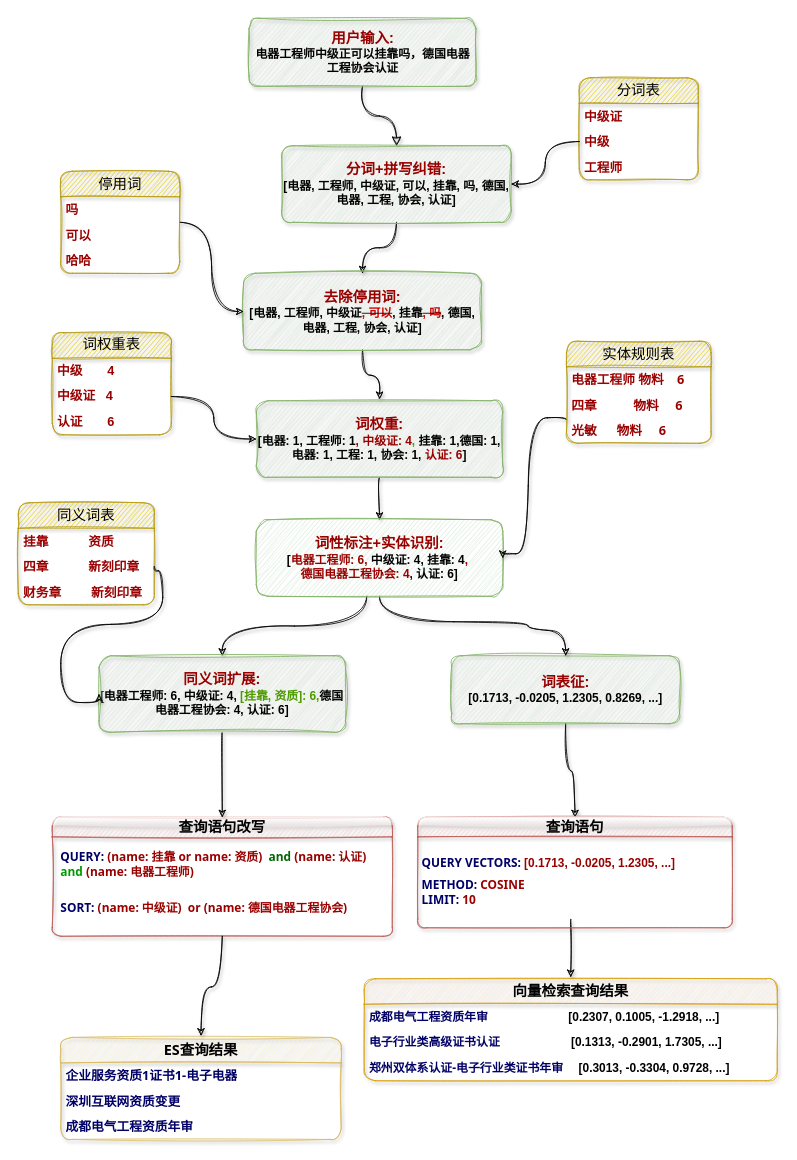
The draw.io diagram 未命名绘图.drawio in xuhaowork/myStudio, before the edit. Source tidied: cells renumbered, new cells numbered last; positions are measured from the earlier drawing's top-left corner, leaving out a move shared by most shapes. Both pictures are drawn from the tidied source at 85%, with x=0, y=0 at pixel (18, 18).
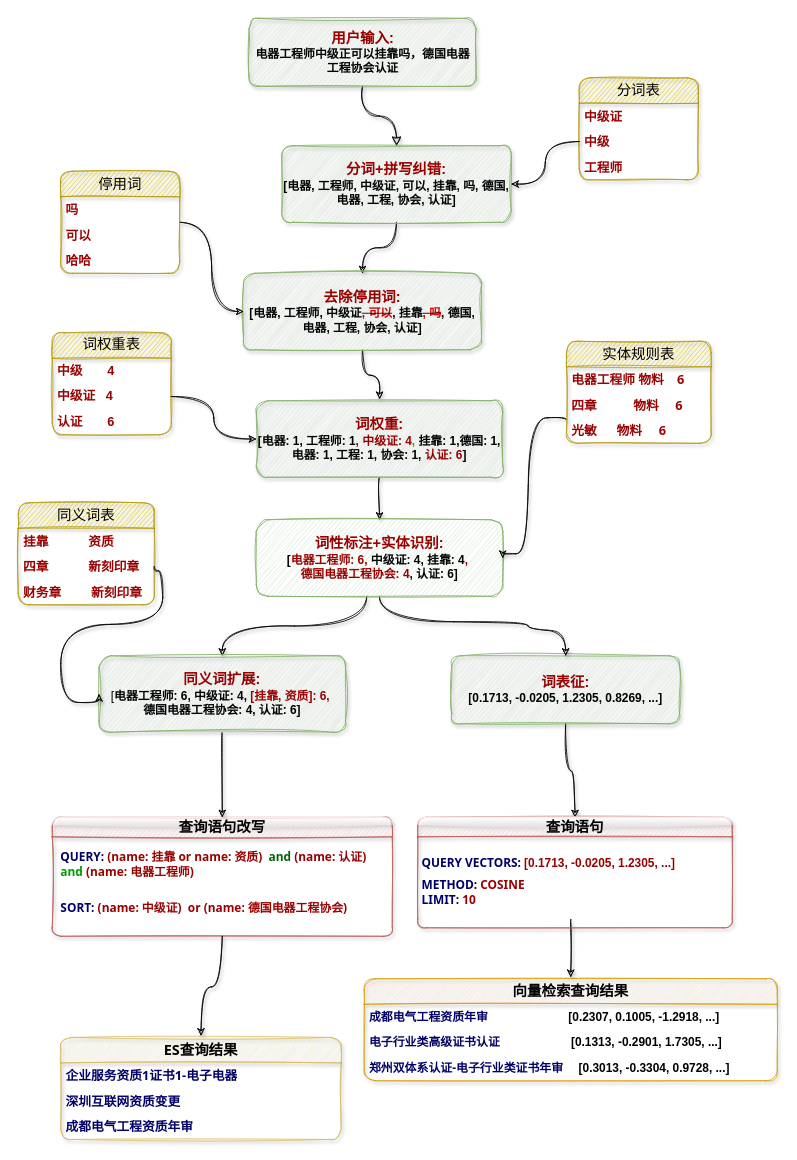
Above is the later version.

Commit message:
更新未命名绘图.drawio

Diff of the diagram source:
```diff
@@
-    <mxCell id="27" value="&lt;b style=&quot;border-color: var(--border-color); font-size: 17px;&quot;&gt;&lt;font style=&quot;border-color: var(--border-color);&quot; color=&quot;#990000&quot;&gt;同义词扩展:&lt;/font&gt;&lt;br style=&quot;border-color: var(--border-color);&quot;&gt;&lt;/b&gt;&lt;font style=&quot;font-size: 14px;&quot;&gt;[&lt;b&gt;电器工程师: 6, 中级证: 4, &lt;font style=&quot;font-size: 14px;&quot; color=&quot;#4d9900&quot;&gt;[挂靠, 资质]: 6,&lt;/font&gt;德国电器工程协会: 4, 认证: 6]&lt;/b&gt;&lt;/font&gt;" style="rounded=1;whiteSpace=wrap;html=1;fontSize=12;glass=0;strokeWidth=1;shadow=1;sketch=1;curveFitting=1;jiggle=2;fillColor=#d5e8d4;strokeColor=#82b366;" parent="1" vertex="1">
+    <mxCell id="27" value="&lt;b style=&quot;border-color: var(--border-color); font-size: 17px;&quot;&gt;&lt;font style=&quot;border-color: var(--border-color);&quot; color=&quot;#990000&quot;&gt;同义词扩展:&lt;/font&gt;&lt;br style=&quot;border-color: var(--border-color);&quot;&gt;&lt;/b&gt;&lt;font style=&quot;font-size: 14px;&quot;&gt;[&lt;b&gt;电器工程师: 6, 中级证: 4, &lt;font color=&quot;#990000&quot; style=&quot;font-size: 14px;&quot;&gt;[挂靠, 资质]: 6,&amp;nbsp;&lt;br&gt;&lt;/font&gt;德国电器工程协会: 4, 认证: 6]&lt;/b&gt;&lt;/font&gt;" style="rounded=1;whiteSpace=wrap;html=1;fontSize=12;glass=0;strokeWidth=1;shadow=1;sketch=1;curveFitting=1;jiggle=2;fillColor=#d5e8d4;strokeColor=#82b366;" parent="1" vertex="1">
       <mxGeometry x="95" y="750" width="290" height="90" as="geometry" />
     </mxCell>
```
